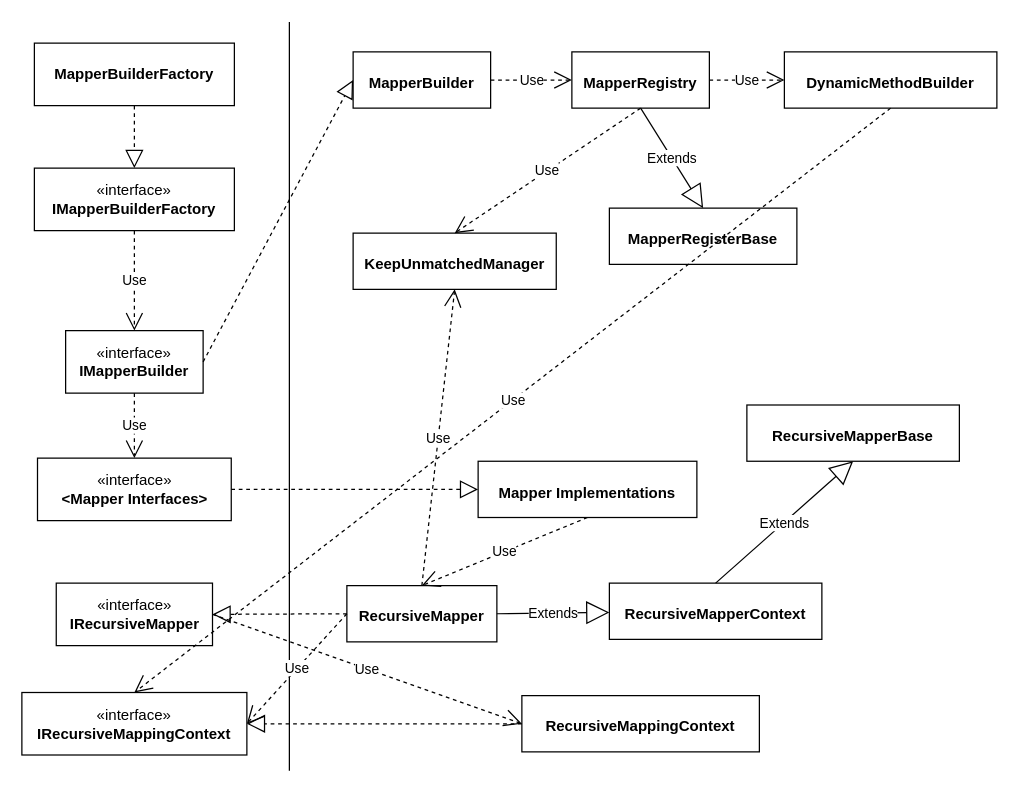
This is page "Program Structure" (3 of 3) of Document/Demonstration.drawio from keeper013/Oasis.EFMapper, a draw.io file, before an edit. Source tidied: cells renumbered, new cells numbered last; positions are measured from the earlier drawing's top-left corner, leaving out a move shared by most shapes. Both pictures are drawn from the tidied source at 125%, with x=0, y=0 at pixel (21, 21).
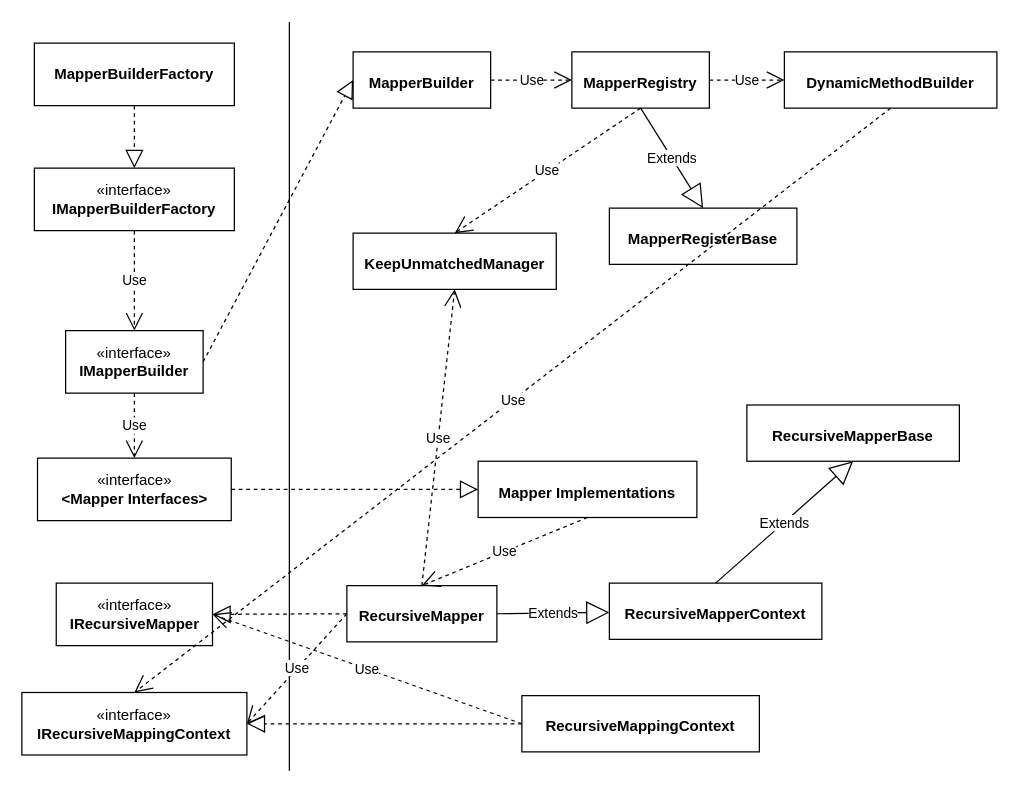
Above is the later version.

Commit message (it also covers changes not shown here):
program structure updated

The change refers to these unchanged cells:
```xml
<mxCell id="14" value="«interface»&lt;br&gt;&lt;b&gt;IRecursiveMapper&lt;/b&gt;" style="html=1;whiteSpace=wrap;" parent="1" vertex="1">
  <mxGeometry x="27.5" y="449" width="125" height="50" as="geometry" />
</mxCell>
<mxCell id="16" value="&lt;p style=&quot;margin:0px;margin-top:4px;text-align:center;&quot;&gt;&lt;br&gt;&lt;b&gt;RecursiveMappingContext&lt;/b&gt;&lt;/p&gt;" style="verticalAlign=top;align=left;overflow=fill;fontSize=12;fontFamily=Helvetica;html=1;whiteSpace=wrap;" parent="1" vertex="1">
  <mxGeometry x="400" y="539" width="190" height="45" as="geometry" />
</mxCell>
```

Change to the diagram source:
```diff
@@
-    <mxCell id="36" value="Use" style="endArrow=open;endSize=12;dashed=1;html=1;rounded=0;exitX=1;exitY=0.5;exitDx=0;exitDy=0;entryX=0;entryY=0.5;entryDx=0;entryDy=0;" parent="1" edge="1" source="14" target="16">
+    <mxCell id="36" value="Use" style="endArrow=open;endSize=12;dashed=1;html=1;rounded=0;entryX=1;entryY=0.5;entryDx=0;entryDy=0;exitX=0;exitY=0.5;exitDx=0;exitDy=0;" parent="1" edge="1" source="16" target="14">
       <mxGeometry relative="1" as="geometry" />
     </mxCell>
```
